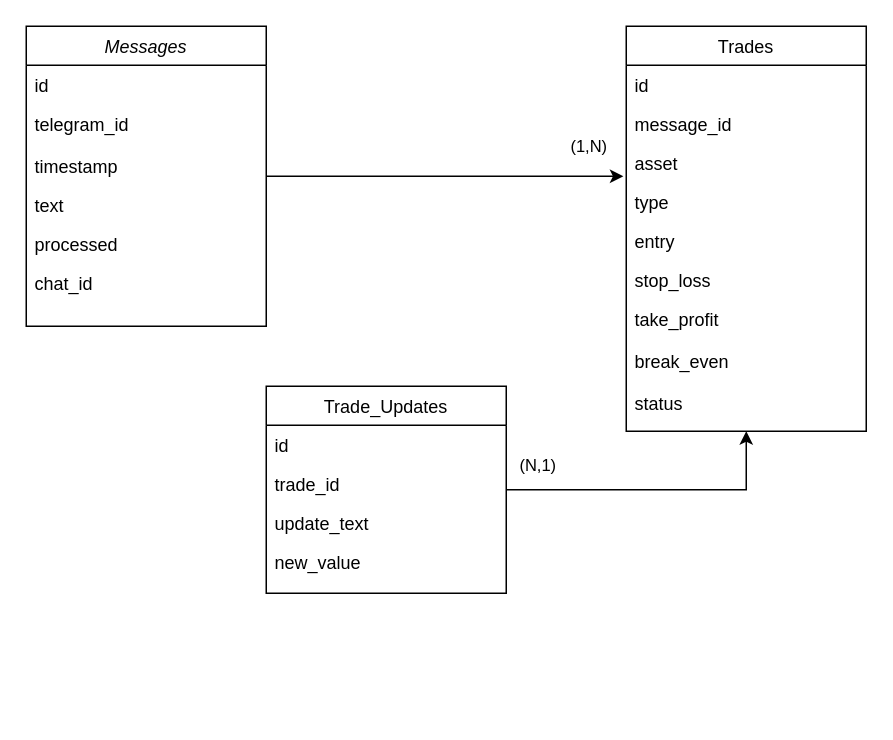
Before: MT5-Python-GPT/DataModel-SmartTradeAnalyzer.drawio in LorenzoMaraspin/MT-EA-Indicators, a draw.io diagram. Source tidied: cells renumbered, new cells numbered last; positions are measured from the earlier drawing's top-left corner, leaving out a move shared by most shapes. Both pictures are drawn from the tidied source at 150%, with x=0, y=0 at pixel (26, 26).
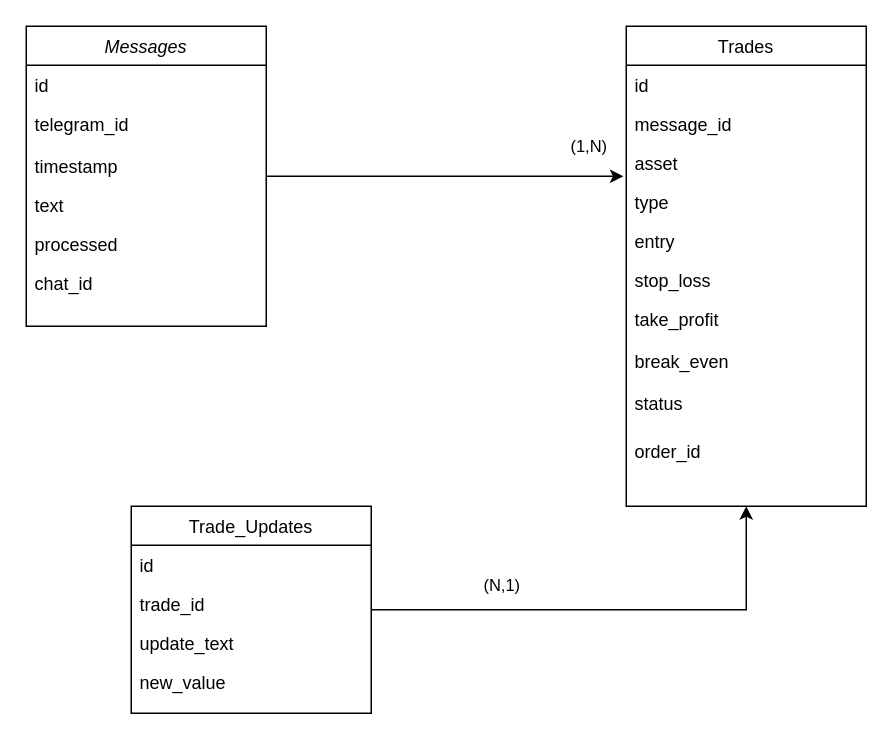
After the change.

Commit message (it also covers changes not shown here):
Updated the function to manage be when the trade take profit and manage to update trades on replied messages

Diff of the diagram source:
```diff
@@
     <mxCell id="11" value="Trade_Updates" style="swimlane;fontStyle=0;align=center;verticalAlign=top;horizontal=1;startSize=26;rounded=0;shadow=0;strokeWidth=1;" parent="1" vertex="1">
-      <mxGeometry x="160" y="240" width="160" height="138" as="geometry" />
+      <mxGeometry x="70" y="320" width="160" height="138" as="geometry" />
     </mxCell>
@@
     <mxCell id="16" value="Trades" style="swimlane;fontStyle=0;align=center;verticalAlign=top;horizontal=1;startSize=26;rounded=0;shadow=0;strokeWidth=1;" parent="1" vertex="1">
-      <mxGeometry x="400" width="160" height="270" as="geometry" />
+      <mxGeometry x="400" width="160" height="320" as="geometry" />
     </mxCell>
@@
     <mxCell id="25" value="status" style="text;align=left;verticalAlign=top;spacingLeft=4;spacingRight=4;overflow=hidden;rounded=0;shadow=0;html=0;" parent="16" vertex="1">
-      <mxGeometry y="238" width="160" height="28" as="geometry" />
+      <mxGeometry y="238" width="160" height="32" as="geometry" />
     </mxCell>
+    <mxCell id="28" value="order_id" style="text;align=left;verticalAlign=top;spacingLeft=4;spacingRight=4;overflow=hidden;rounded=0;shadow=0;html=0;" parent="16" vertex="1">
+      <mxGeometry y="270" width="160" height="32" as="geometry" />
+    </mxCell>
```
